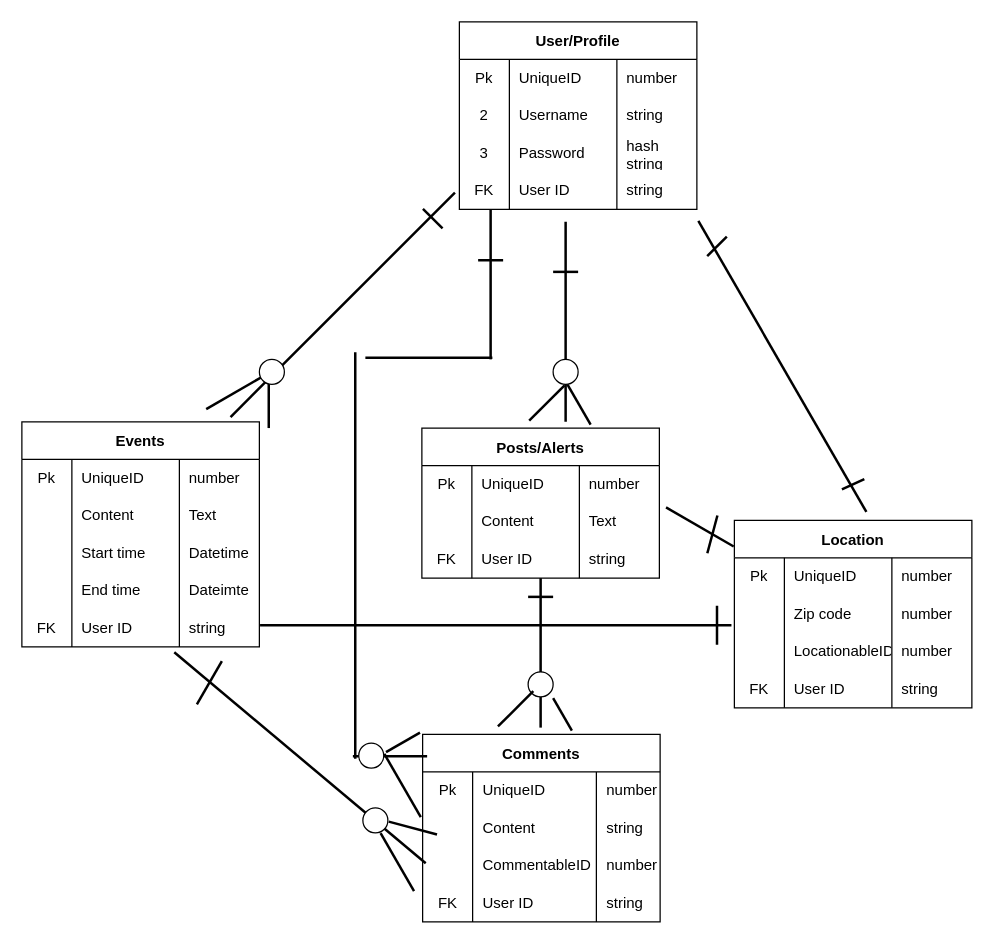
Above: erd.drawio in mik3ymikes/erd_project (draw.io), before the change. Source tidied: cells renumbered, new cells numbered last; positions are measured from the earlier drawing's top-left corner, leaving out a move shared by most shapes. Both pictures are drawn from the tidied source at 125%, with x=0, y=0 at pixel (21, 21).
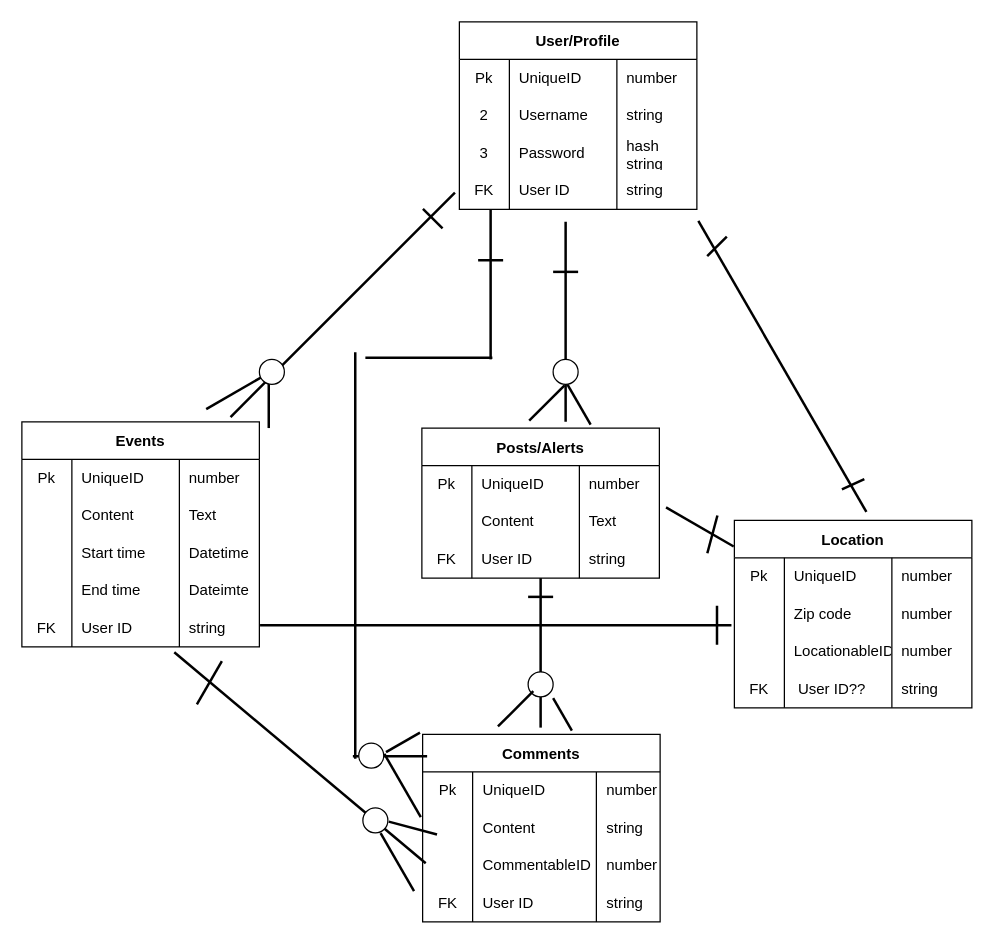
The same page after the edit.

The change refers to these unchanged cells:
```xml
<mxCell id="67" style="shape=tableRow;horizontal=0;startSize=0;swimlaneHead=0;swimlaneBody=0;top=0;left=0;bottom=0;right=0;fillColor=none;" parent="54" vertex="1">
  <mxGeometry y="120" width="190" height="30" as="geometry" />
</mxCell>
```

What changed in the source:
```diff
@@
-    <mxCell id="69" value="User ID" style="shape=partialRectangle;html=1;whiteSpace=wrap;fillColor=none;top=0;left=0;bottom=0;right=0;align=left;spacingLeft=6;overflow=hidden;" parent="67" vertex="1">
+    <mxCell id="69" value="&amp;nbsp;User ID??" style="shape=partialRectangle;html=1;whiteSpace=wrap;fillColor=none;top=0;left=0;bottom=0;right=0;align=left;spacingLeft=6;overflow=hidden;" parent="67" vertex="1">
       <mxGeometry x="40" width="86" height="30" as="geometry" />
     </mxCell>
```
